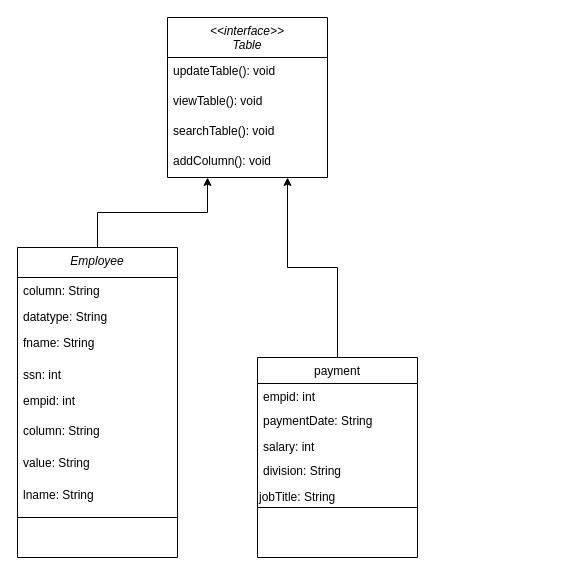
The draw.io diagram Diagram/Class Digram.drawio in linnypham/CSC3350_project, before the edit. Source tidied: cells renumbered, new cells numbered last; positions are measured from the earlier drawing's top-left corner, leaving out a move shared by most shapes. Both pictures are drawn from the tidied source at 100%, with x=0, y=0 at pixel (17, 17).
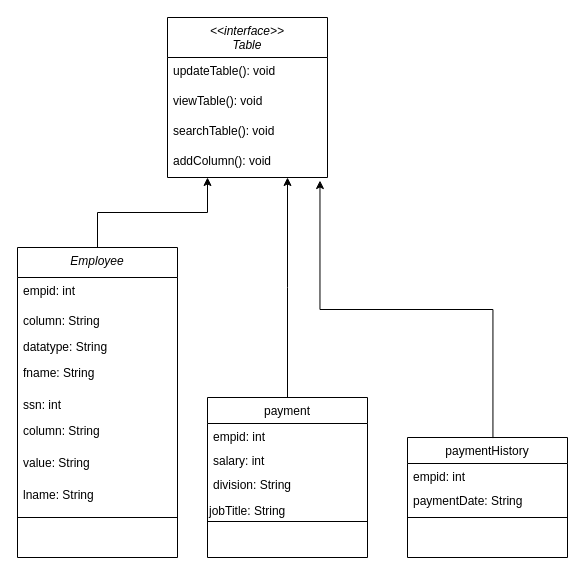
The same diagram, later.

Unchanged cells that the change refers to:
```xml
<mxCell id="6" value="addColumn(): void" style="text;align=left;verticalAlign=top;spacingLeft=4;spacingRight=4;overflow=hidden;points=[[0,0.5],[1,0.5]];portConstraint=eastwest;" parent="2" vertex="1">
  <mxGeometry y="130" width="160" height="30" as="geometry" />
</mxCell>
<mxCell id="16" value="Employee" style="swimlane;fontStyle=2;align=center;verticalAlign=top;horizontal=1;startSize=30;rounded=0;shadow=0;strokeWidth=1;" parent="1" vertex="1">
  <mxGeometry y="230" width="160" height="310" as="geometry" />
</mxCell>
```

Change to the diagram source:
```diff
@@
     <mxCell id="7" value="payment" style="swimlane;fontStyle=0;align=center;verticalAlign=top;horizontal=1;startSize=26;rounded=0;shadow=0;strokeWidth=1;" parent="1" vertex="1">
-      <mxGeometry x="240" y="340" width="160" height="200" as="geometry" />
+      <mxGeometry x="190" y="380" width="160" height="160" as="geometry" />
     </mxCell>
@@
-    <mxCell id="9" value="paymentDate: String" style="text;align=left;verticalAlign=top;spacingLeft=4;spacingRight=4;overflow=hidden;rounded=0;shadow=0;html=0;" parent="7" vertex="1">
-      <mxGeometry y="50" width="160" height="26" as="geometry" />
-    </mxCell>
     <mxCell id="10" value="salary: int" style="text;align=left;verticalAlign=top;spacingLeft=4;spacingRight=4;overflow=hidden;rounded=0;shadow=0;html=0;" parent="7" vertex="1">
-      <mxGeometry y="76" width="160" height="24" as="geometry" />
+      <mxGeometry y="50" width="160" height="24" as="geometry" />
     </mxCell>
     <mxCell id="11" value="division: String" style="text;align=left;verticalAlign=top;spacingLeft=4;spacingRight=4;overflow=hidden;rounded=0;shadow=0;html=0;" parent="7" vertex="1">
-      <mxGeometry y="100" width="160" height="26" as="geometry" />
+      <mxGeometry y="74" width="160" height="26" as="geometry" />
     </mxCell>
     <mxCell id="12" value="jobTitle: String" style="text;whiteSpace=wrap;html=1;" parent="7" vertex="1">
-      <mxGeometry y="126" width="160" height="20" as="geometry" />
+      <mxGeometry y="100" width="160" height="20" as="geometry" />
     </mxCell>
     <mxCell id="13" style="line;html=1;strokeWidth=1;align=left;verticalAlign=middle;spacingTop=-1;spacingLeft=3;spacingRight=3;labelPosition=right;" parent="7" vertex="1">
-      <mxGeometry y="146" width="160" height="8" as="geometry" />
+      <mxGeometry y="120" width="160" height="8" as="geometry" />
     </mxCell>
@@
+    <mxCell id="21" value="empid: int" style="text;align=left;verticalAlign=top;spacingLeft=4;spacingRight=4;overflow=hidden;rounded=0;shadow=0;html=0;" parent="16" vertex="1">
+      <mxGeometry y="30" width="160" height="30" as="geometry" />
+    </mxCell>
     <mxCell id="17" value="column: String" style="text;align=left;verticalAlign=top;spacingLeft=4;spacingRight=4;overflow=hidden;" parent="16" vertex="1">
-      <mxGeometry y="30" width="160" height="26" as="geometry" />
+      <mxGeometry y="60" width="160" height="26" as="geometry" />
     </mxCell>
     <mxCell id="18" value="datatype: String" style="text;align=left;verticalAlign=top;spacingLeft=4;spacingRight=4;overflow=hidden;rounded=0;shadow=0;html=0;" parent="16" vertex="1">
-      <mxGeometry y="56" width="160" height="26" as="geometry" />
+      <mxGeometry y="86" width="160" height="26" as="geometry" />
     </mxCell>
     <mxCell id="19" value="fname: String" style="text;align=left;verticalAlign=top;spacingLeft=4;spacingRight=4;overflow=hidden;rounded=0;shadow=0;html=0;" parent="16" vertex="1">
-      <mxGeometry y="82" width="160" height="32" as="geometry" />
+      <mxGeometry y="112" width="160" height="32" as="geometry" />
     </mxCell>
     <mxCell id="20" value="ssn: int" style="text;align=left;verticalAlign=top;spacingLeft=4;spacingRight=4;overflow=hidden;rounded=0;shadow=0;html=0;" parent="16" vertex="1">
-      <mxGeometry y="114" width="160" height="26" as="geometry" />
+      <mxGeometry y="144" width="160" height="26" as="geometry" />
     </mxCell>
-    <mxCell id="21" value="empid: int" style="text;align=left;verticalAlign=top;spacingLeft=4;spacingRight=4;overflow=hidden;rounded=0;shadow=0;html=0;" parent="16" vertex="1">
-      <mxGeometry y="140" width="160" height="30" as="geometry" />
-    </mxCell>
@@
+    <mxCell id="26" value="paymentHistory" style="swimlane;fontStyle=0;align=center;verticalAlign=top;horizontal=1;startSize=26;rounded=0;shadow=0;strokeWidth=1;" parent="1" vertex="1">
+      <mxGeometry x="390" y="420" width="160" height="120" as="geometry" />
+    </mxCell>
+    <mxCell id="27" value="empid: int" style="text;align=left;verticalAlign=top;spacingLeft=4;spacingRight=4;overflow=hidden;rounded=0;shadow=0;html=0;" parent="26" vertex="1">
+      <mxGeometry y="26" width="160" height="24" as="geometry" />
+    </mxCell>
+    <mxCell id="9" value="paymentDate: String" style="text;align=left;verticalAlign=top;spacingLeft=4;spacingRight=4;overflow=hidden;rounded=0;shadow=0;html=0;" parent="26" vertex="1">
+      <mxGeometry y="50" width="160" height="26" as="geometry" />
+    </mxCell>
+    <mxCell id="28" style="line;html=1;strokeWidth=1;align=left;verticalAlign=middle;spacingTop=-1;spacingLeft=3;spacingRight=3;labelPosition=right;" parent="26" vertex="1">
+      <mxGeometry y="76" width="160" height="8" as="geometry" />
+    </mxCell>
+    <mxCell id="29" style="endArrow=none;shadow=0;strokeWidth=1;rounded=0;curved=0;endFill=0;edgeStyle=elbowEdgeStyle;elbow=vertical;entryX=0.534;entryY=0.005;entryDx=0;entryDy=0;startArrow=classic;startFill=1;exitX=0.953;exitY=1.101;exitDx=0;exitDy=0;entryPerimeter=0;exitPerimeter=0;" parent="1" edge="1" source="6" target="26">
+      <mxGeometry x="0.5" y="41" relative="1" as="geometry">
+        <mxPoint x="-40" y="32" as="offset" />
+      </mxGeometry>
+    </mxCell>
```
